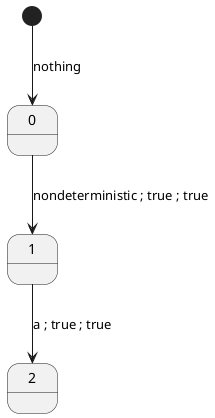
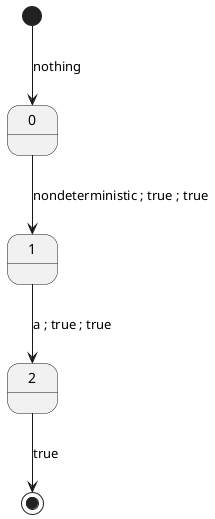
@startuml

state "0" as s0
state "1" as s1
state "2" as s2

[*] --> s0 : nothing
s0 --> s1 : nondeterministic ; true ; true
s1 --> s2 : a ; true ; true
+ s2 --> [*] : true

@enduml
